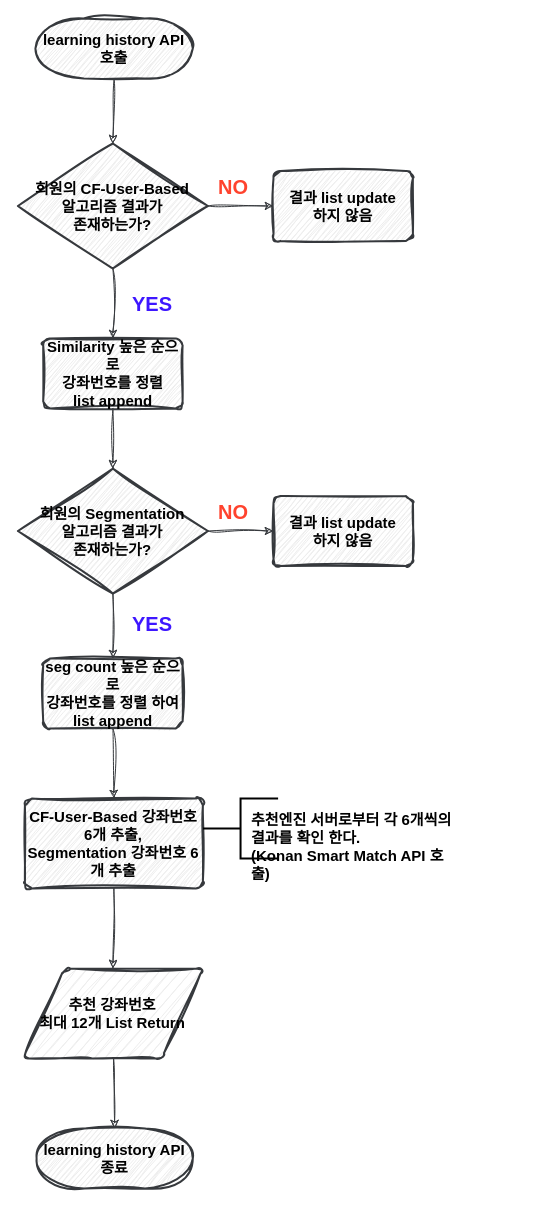
The draw.io diagram learning_history_api.drawio in k1mtaeye07/nile, before the edit. Source tidied: cells renumbered, new cells numbered last; positions are measured from the earlier drawing's top-left corner, leaving out a move shared by most shapes. Both pictures are drawn from the tidied source at 100%, with x=0, y=0 at pixel (17, 18).
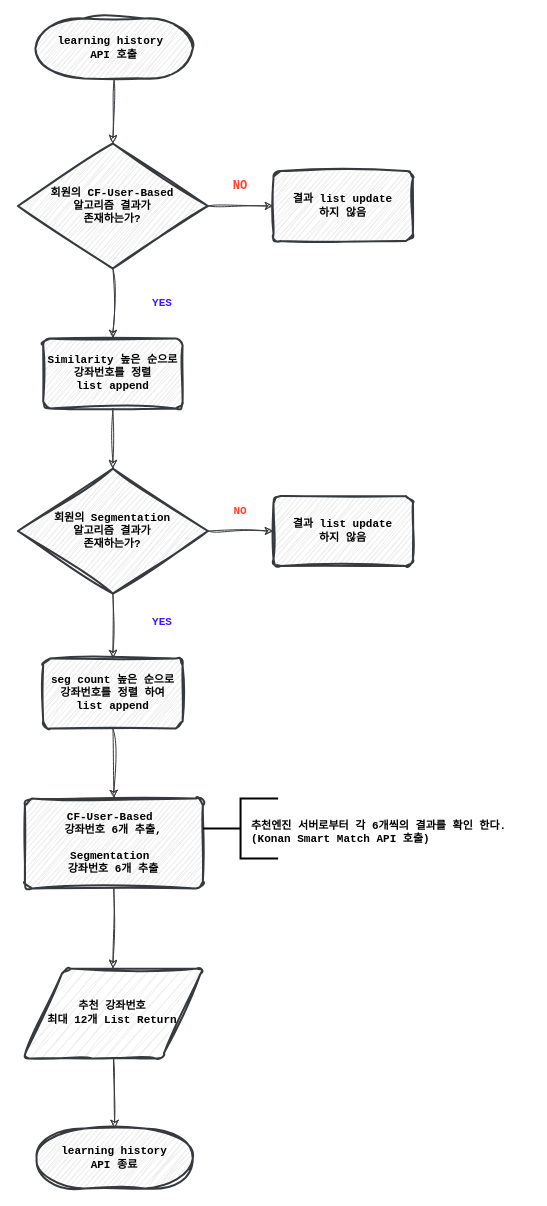
Above is the later version.

What changed in the source:
```diff
@@
-    <mxCell id="2" value="learning history API 호출" style="strokeWidth=2;html=1;shape=mxgraph.flowchart.terminator;whiteSpace=wrap;sketch=1;hachureGap=4;jiggle=2;curveFitting=1;fontFamily=나눔손글씨 부장님 눈치체;labelBackgroundColor=none;fontStyle=1;fillColor=#eeeeee;strokeColor=#36393d;fontSize=15;" parent="1" vertex="1">
+    <mxCell id="2" value="learning history&amp;nbsp;&lt;div&gt;API 호출&lt;/div&gt;" style="strokeWidth=2;html=1;shape=mxgraph.flowchart.terminator;whiteSpace=wrap;sketch=1;hachureGap=4;jiggle=2;curveFitting=1;fontFamily=Courier New;labelBackgroundColor=none;fontStyle=1;fillColor=#eeeeee;strokeColor=#36393d;fontSize=11;" parent="1" vertex="1">
       <mxGeometry x="17.9" width="157.4" height="60" as="geometry" />
     </mxCell>
-    <mxCell id="3" style="endArrow=classic;html=1;rounded=0;sketch=1;hachureGap=4;jiggle=2;curveFitting=1;fontFamily=나눔손글씨 부장님 눈치체;exitX=0.5;exitY=1;exitDx=0;exitDy=0;exitPerimeter=0;entryX=0.5;entryY=0;entryDx=0;entryDy=0;entryPerimeter=0;fillColor=#eeeeee;strokeColor=#36393d;fontSize=15;fontStyle=1;" parent="1" edge="1" source="2" target="4">
+    <mxCell id="3" style="endArrow=classic;html=1;rounded=0;sketch=1;hachureGap=4;jiggle=2;curveFitting=1;fontFamily=Courier New;exitX=0.5;exitY=1;exitDx=0;exitDy=0;exitPerimeter=0;entryX=0.5;entryY=0;entryDx=0;entryDy=0;entryPerimeter=0;fillColor=#eeeeee;strokeColor=#36393d;fontSize=11;fontStyle=1;" parent="1" edge="1" source="2" target="4">
       <mxGeometry relative="1" as="geometry" />
     </mxCell>
-    <mxCell id="4" value="회원의 CF-User-Based&lt;div style=&quot;font-size: 15px;&quot;&gt;알고리즘 결과가&lt;/div&gt;&lt;div style=&quot;font-size: 15px;&quot;&gt;존재하는가?&lt;/div&gt;" style="strokeWidth=2;html=1;shape=mxgraph.flowchart.decision;whiteSpace=wrap;sketch=1;hachureGap=4;jiggle=2;curveFitting=1;fontFamily=나눔손글씨 부장님 눈치체;fillColor=#eeeeee;strokeColor=#36393d;fontSize=15;fontStyle=1;" parent="1" vertex="1">
+    <mxCell id="4" value="회원의 CF-User-Based&lt;div style=&quot;font-size: 11px;&quot;&gt;알고리즘 결과가&lt;/div&gt;&lt;div style=&quot;font-size: 11px;&quot;&gt;존재하는가?&lt;/div&gt;" style="strokeWidth=2;html=1;shape=mxgraph.flowchart.decision;whiteSpace=wrap;sketch=1;hachureGap=4;jiggle=2;curveFitting=1;fontFamily=Courier New;fillColor=#eeeeee;strokeColor=#36393d;fontSize=11;fontStyle=1;" parent="1" vertex="1">
       <mxGeometry x="0.4" y="125" width="190" height="125" as="geometry" />
     </mxCell>
-    <mxCell id="5" style="endArrow=classic;html=1;rounded=0;sketch=1;hachureGap=4;jiggle=2;curveFitting=1;fontFamily=나눔손글씨 부장님 눈치체;exitX=1;exitY=0.5;exitDx=0;exitDy=0;exitPerimeter=0;entryX=0;entryY=0.5;entryDx=0;entryDy=0;fillColor=#eeeeee;strokeColor=#36393d;fontSize=15;fontStyle=1;" parent="1" edge="1" source="4" target="7">
+    <mxCell id="5" style="endArrow=classic;html=1;rounded=0;sketch=1;hachureGap=4;jiggle=2;curveFitting=1;fontFamily=Courier New;exitX=1;exitY=0.5;exitDx=0;exitDy=0;exitPerimeter=0;entryX=0;entryY=0.5;entryDx=0;entryDy=0;fillColor=#eeeeee;strokeColor=#36393d;fontSize=11;fontStyle=1;" parent="1" edge="1" source="4" target="7">
       <mxGeometry relative="1" as="geometry" />
     </mxCell>
-    <mxCell id="6" value="NO" style="text;html=1;align=center;verticalAlign=middle;whiteSpace=wrap;rounded=0;fontFamily=나눔손글씨 부장님 눈치체;fontSize=20;fillColor=none;fontStyle=1;fontColor=#FF432E;" parent="1" vertex="1">
-      <mxGeometry x="185.5" y="152.5" width="60" height="30" as="geometry" />
+    <mxCell id="6" value="NO" style="text;html=1;align=center;verticalAlign=middle;whiteSpace=wrap;rounded=0;fontFamily=Courier New;fontSize=12;fillColor=none;fontStyle=1;fontColor=#FF432E;" parent="1" vertex="1">
+      <mxGeometry x="193.1" y="152.5" width="60" height="30" as="geometry" />
     </mxCell>
-    <mxCell id="7" value="&lt;div style=&quot;font-size: 15px;&quot;&gt;결과 list update&lt;/div&gt;&lt;div style=&quot;font-size: 15px;&quot;&gt;하지 않음&lt;/div&gt;" style="rounded=1;whiteSpace=wrap;html=1;absoluteArcSize=1;arcSize=14;strokeWidth=2;sketch=1;hachureGap=4;jiggle=2;curveFitting=1;fontFamily=나눔손글씨 부장님 눈치체;fillColor=#eeeeee;strokeColor=#36393d;fontSize=15;fontStyle=1;" parent="1" vertex="1">
+    <mxCell id="7" value="&lt;div style=&quot;font-size: 11px;&quot;&gt;결과 list update&lt;/div&gt;&lt;div style=&quot;font-size: 11px;&quot;&gt;하지 않음&lt;/div&gt;" style="rounded=1;whiteSpace=wrap;html=1;absoluteArcSize=1;arcSize=14;strokeWidth=2;sketch=1;hachureGap=4;jiggle=2;curveFitting=1;fontFamily=Courier New;fillColor=#eeeeee;strokeColor=#36393d;fontSize=11;fontStyle=1;" parent="1" vertex="1">
       <mxGeometry x="256" y="152.5" width="139.4" height="70" as="geometry" />
     </mxCell>
-    <mxCell id="8" value="YES" style="text;html=1;align=center;verticalAlign=middle;whiteSpace=wrap;rounded=0;fontFamily=나눔손글씨 부장님 눈치체;fontSize=20;fillColor=none;fontStyle=1;fontColor=#3E17FF;" parent="1" vertex="1">
-      <mxGeometry x="105.1" y="270" width="60" height="30" as="geometry" />
+    <mxCell id="8" value="YES" style="text;html=1;align=center;verticalAlign=middle;whiteSpace=wrap;rounded=0;fontFamily=Courier New;fontSize=11;fillColor=none;fontStyle=1;fontColor=#3E17FF;" parent="1" vertex="1">
+      <mxGeometry x="115.3" y="270" width="60" height="30" as="geometry" />
     </mxCell>
-    <mxCell id="9" style="endArrow=classic;html=1;rounded=0;sketch=1;hachureGap=4;jiggle=2;curveFitting=1;fontFamily=나눔손글씨 부장님 눈치체;exitX=0.5;exitY=1;exitDx=0;exitDy=0;exitPerimeter=0;fillColor=#eeeeee;strokeColor=#36393d;entryX=0.5;entryY=0;entryDx=0;entryDy=0;fontSize=15;fontStyle=1;" parent="1" edge="1" source="4" target="10">
+    <mxCell id="9" style="endArrow=classic;html=1;rounded=0;sketch=1;hachureGap=4;jiggle=2;curveFitting=1;fontFamily=Courier New;exitX=0.5;exitY=1;exitDx=0;exitDy=0;exitPerimeter=0;fillColor=#eeeeee;strokeColor=#36393d;entryX=0.5;entryY=0;entryDx=0;entryDy=0;fontSize=11;fontStyle=1;" parent="1" edge="1" source="4" target="10">
       <mxGeometry relative="1" as="geometry" />
     </mxCell>
-    <mxCell id="10" value="&lt;div style=&quot;font-size: 15px;&quot;&gt;Similarity&amp;nbsp;&lt;span style=&quot;background-color: initial; font-size: 15px;&quot;&gt;높은 순으로&lt;/span&gt;&lt;/div&gt;&lt;div style=&quot;font-size: 15px;&quot;&gt;&lt;span style=&quot;background-color: initial; font-size: 15px;&quot;&gt;강좌번호를&amp;nbsp;&lt;/span&gt;&lt;span style=&quot;background-color: initial; font-size: 15px;&quot;&gt;정렬&lt;/span&gt;&lt;/div&gt;&lt;div style=&quot;font-size: 15px;&quot;&gt;list append&lt;/div&gt;" style="rounded=1;whiteSpace=wrap;html=1;absoluteArcSize=1;arcSize=14;strokeWidth=2;sketch=1;hachureGap=4;jiggle=2;curveFitting=1;fontFamily=나눔손글씨 부장님 눈치체;fillColor=#eeeeee;strokeColor=#36393d;fontSize=15;fontStyle=1;" parent="1" vertex="1">
+    <mxCell id="10" value="&lt;div style=&quot;font-size: 11px;&quot;&gt;Similarity&amp;nbsp;&lt;span style=&quot;background-color: initial; font-size: 11px;&quot;&gt;높은 순으로&lt;/span&gt;&lt;/div&gt;&lt;div style=&quot;font-size: 11px;&quot;&gt;&lt;span style=&quot;background-color: initial; font-size: 11px;&quot;&gt;강좌번호를&amp;nbsp;&lt;/span&gt;&lt;span style=&quot;background-color: initial; font-size: 11px;&quot;&gt;정렬&lt;/span&gt;&lt;/div&gt;&lt;div style=&quot;font-size: 11px;&quot;&gt;list append&lt;/div&gt;" style="rounded=1;whiteSpace=wrap;html=1;absoluteArcSize=1;arcSize=14;strokeWidth=2;sketch=1;hachureGap=4;jiggle=2;curveFitting=1;fontFamily=Courier New;fillColor=#eeeeee;strokeColor=#36393d;fontSize=11;fontStyle=1;" parent="1" vertex="1">
       <mxGeometry x="25.7" y="320" width="139.4" height="70" as="geometry" />
     </mxCell>
-    <mxCell id="11" style="endArrow=classic;html=1;rounded=0;sketch=1;hachureGap=4;jiggle=2;curveFitting=1;fontFamily=나눔손글씨 부장님 눈치체;exitX=0.5;exitY=1;exitDx=0;exitDy=0;fillColor=#eeeeee;strokeColor=#36393d;entryX=0.5;entryY=0;entryDx=0;entryDy=0;entryPerimeter=0;fontSize=15;fontStyle=1;" parent="1" edge="1" source="10" target="12">
+    <mxCell id="11" style="endArrow=classic;html=1;rounded=0;sketch=1;hachureGap=4;jiggle=2;curveFitting=1;fontFamily=Courier New;exitX=0.5;exitY=1;exitDx=0;exitDy=0;fillColor=#eeeeee;strokeColor=#36393d;entryX=0.5;entryY=0;entryDx=0;entryDy=0;entryPerimeter=0;fontSize=11;fontStyle=1;" parent="1" edge="1" source="10" target="12">
       <mxGeometry relative="1" as="geometry" />
     </mxCell>
-    <mxCell id="12" value="회원의 Segmentation&lt;div style=&quot;font-size: 15px;&quot;&gt;알고리즘 결과가&lt;/div&gt;&lt;div style=&quot;font-size: 15px;&quot;&gt;존재하는가?&lt;/div&gt;" style="strokeWidth=2;html=1;shape=mxgraph.flowchart.decision;whiteSpace=wrap;sketch=1;hachureGap=4;jiggle=2;curveFitting=1;fontFamily=나눔손글씨 부장님 눈치체;fillColor=#eeeeee;strokeColor=#36393d;fontSize=15;fontStyle=1;" parent="1" vertex="1">
+    <mxCell id="12" value="회원의 Segmentation&lt;div style=&quot;font-size: 11px;&quot;&gt;알고리즘 결과가&lt;/div&gt;&lt;div style=&quot;font-size: 11px;&quot;&gt;존재하는가?&lt;/div&gt;" style="strokeWidth=2;html=1;shape=mxgraph.flowchart.decision;whiteSpace=wrap;sketch=1;hachureGap=4;jiggle=2;curveFitting=1;fontFamily=Courier New;fillColor=#eeeeee;strokeColor=#36393d;fontSize=11;fontStyle=1;" parent="1" vertex="1">
       <mxGeometry x="0.4" y="450" width="190" height="125" as="geometry" />
     </mxCell>
-    <mxCell id="13" value="&lt;div style=&quot;font-size: 15px;&quot;&gt;seg count&amp;nbsp;&lt;span style=&quot;background-color: initial; font-size: 15px;&quot;&gt;높은 순으로&lt;/span&gt;&lt;/div&gt;&lt;div style=&quot;font-size: 15px;&quot;&gt;&lt;span style=&quot;background-color: initial; font-size: 15px;&quot;&gt;강좌번호를&amp;nbsp;&lt;/span&gt;&lt;span style=&quot;background-color: initial; font-size: 15px;&quot;&gt;정렬 하여&lt;/span&gt;&lt;/div&gt;&lt;div style=&quot;font-size: 15px;&quot;&gt;list append&lt;/div&gt;" style="rounded=1;whiteSpace=wrap;html=1;absoluteArcSize=1;arcSize=14;strokeWidth=2;sketch=1;hachureGap=4;jiggle=2;curveFitting=1;fontFamily=나눔손글씨 부장님 눈치체;fillColor=#eeeeee;strokeColor=#36393d;fontSize=15;fontStyle=1;" parent="1" vertex="1">
+    <mxCell id="13" value="&lt;div style=&quot;font-size: 11px;&quot;&gt;seg count&amp;nbsp;&lt;span style=&quot;background-color: initial; font-size: 11px;&quot;&gt;높은 순으로&lt;/span&gt;&lt;/div&gt;&lt;div style=&quot;font-size: 11px;&quot;&gt;&lt;span style=&quot;background-color: initial; font-size: 11px;&quot;&gt;강좌번호를&amp;nbsp;&lt;/span&gt;&lt;span style=&quot;background-color: initial; font-size: 11px;&quot;&gt;정렬 하여&lt;/span&gt;&lt;/div&gt;&lt;div style=&quot;font-size: 11px;&quot;&gt;list append&lt;/div&gt;" style="rounded=1;whiteSpace=wrap;html=1;absoluteArcSize=1;arcSize=14;strokeWidth=2;sketch=1;hachureGap=4;jiggle=2;curveFitting=1;fontFamily=Courier New;fillColor=#eeeeee;strokeColor=#36393d;fontSize=11;fontStyle=1;" parent="1" vertex="1">
       <mxGeometry x="25.7" y="640" width="139.4" height="70" as="geometry" />
     </mxCell>
-    <mxCell id="14" style="endArrow=classic;html=1;rounded=0;sketch=1;hachureGap=4;jiggle=2;curveFitting=1;fontFamily=나눔손글씨 부장님 눈치체;exitX=0.5;exitY=1;exitDx=0;exitDy=0;fillColor=#eeeeee;strokeColor=#36393d;exitPerimeter=0;fontSize=15;fontStyle=1;" parent="1" edge="1" source="12" target="13">
+    <mxCell id="14" style="endArrow=classic;html=1;rounded=0;sketch=1;hachureGap=4;jiggle=2;curveFitting=1;fontFamily=Courier New;exitX=0.5;exitY=1;exitDx=0;exitDy=0;fillColor=#eeeeee;strokeColor=#36393d;exitPerimeter=0;fontSize=11;fontStyle=1;" parent="1" edge="1" source="12" target="13">
       <mxGeometry relative="1" as="geometry" />
     </mxCell>
-    <mxCell id="15" style="endArrow=classic;html=1;rounded=0;sketch=1;hachureGap=4;jiggle=2;curveFitting=1;fontFamily=나눔손글씨 부장님 눈치체;exitX=1;exitY=0.5;exitDx=0;exitDy=0;exitPerimeter=0;entryX=0;entryY=0.5;entryDx=0;entryDy=0;fillColor=#eeeeee;strokeColor=#36393d;fontSize=15;fontStyle=1;" parent="1" edge="1" source="12" target="17">
+    <mxCell id="15" style="endArrow=classic;html=1;rounded=0;sketch=1;hachureGap=4;jiggle=2;curveFitting=1;fontFamily=Courier New;exitX=1;exitY=0.5;exitDx=0;exitDy=0;exitPerimeter=0;entryX=0;entryY=0.5;entryDx=0;entryDy=0;fillColor=#eeeeee;strokeColor=#36393d;fontSize=11;fontStyle=1;" parent="1" edge="1" source="12" target="17">
       <mxGeometry relative="1" as="geometry" />
     </mxCell>
-    <mxCell id="16" value="NO" style="text;html=1;align=center;verticalAlign=middle;whiteSpace=wrap;rounded=0;fontFamily=나눔손글씨 부장님 눈치체;fontSize=20;fillColor=none;fontStyle=1;fontColor=#FF432E;" parent="1" vertex="1">
-      <mxGeometry x="185.5" y="477.5" width="60" height="30" as="geometry" />
+    <mxCell id="16" value="NO" style="text;html=1;align=center;verticalAlign=middle;whiteSpace=wrap;rounded=0;fontFamily=Courier New;fontSize=11;fillColor=none;fontStyle=1;fontColor=#FF432E;" parent="1" vertex="1">
+      <mxGeometry x="193.1" y="477.5" width="60" height="30" as="geometry" />
     </mxCell>
-    <mxCell id="17" value="&lt;div style=&quot;font-size: 15px;&quot;&gt;결과 list update&lt;/div&gt;&lt;div style=&quot;font-size: 15px;&quot;&gt;하지 않음&lt;/div&gt;" style="rounded=1;whiteSpace=wrap;html=1;absoluteArcSize=1;arcSize=14;strokeWidth=2;sketch=1;hachureGap=4;jiggle=2;curveFitting=1;fontFamily=나눔손글씨 부장님 눈치체;fillColor=#eeeeee;strokeColor=#36393d;fontSize=15;fontStyle=1;" parent="1" vertex="1">
+    <mxCell id="17" value="&lt;div style=&quot;font-size: 11px;&quot;&gt;결과 list update&lt;/div&gt;&lt;div style=&quot;font-size: 11px;&quot;&gt;하지 않음&lt;/div&gt;" style="rounded=1;whiteSpace=wrap;html=1;absoluteArcSize=1;arcSize=14;strokeWidth=2;sketch=1;hachureGap=4;jiggle=2;curveFitting=1;fontFamily=Courier New;fillColor=#eeeeee;strokeColor=#36393d;fontSize=11;fontStyle=1;" parent="1" vertex="1">
       <mxGeometry x="256" y="477.5" width="139.4" height="70" as="geometry" />
     </mxCell>
-    <mxCell id="18" value="YES" style="text;html=1;align=center;verticalAlign=middle;whiteSpace=wrap;rounded=0;fontFamily=나눔손글씨 부장님 눈치체;fontSize=20;fillColor=none;fontStyle=1;fontColor=#3E17FF;" parent="1" vertex="1">
-      <mxGeometry x="105.1" y="590" width="60" height="30" as="geometry" />
+    <mxCell id="18" value="YES" style="text;html=1;align=center;verticalAlign=middle;whiteSpace=wrap;rounded=0;fontFamily=Courier New;fontSize=11;fillColor=none;fontStyle=1;fontColor=#3E17FF;" parent="1" vertex="1">
+      <mxGeometry x="115.3" y="589" width="60" height="30" as="geometry" />
     </mxCell>
-    <mxCell id="19" value="CF-User-Based 강좌번호 6개 추출,&lt;div style=&quot;font-size: 15px;&quot;&gt;Segmentation 강좌번호 6개 추출&lt;br style=&quot;font-size: 15px;&quot;&gt;&lt;/div&gt;" style="rounded=1;whiteSpace=wrap;html=1;absoluteArcSize=1;arcSize=14;strokeWidth=2;sketch=1;hachureGap=4;jiggle=2;curveFitting=1;fontFamily=나눔손글씨 부장님 눈치체;fillColor=#eeeeee;strokeColor=#36393d;fontSize=15;fontStyle=1;" parent="1" vertex="1">
+    <mxCell id="19" value="CF-User-Based&amp;nbsp;&lt;div&gt;강좌번호 6개 추출,&lt;/div&gt;&lt;div&gt;&lt;br&gt;&lt;div style=&quot;font-size: 11px;&quot;&gt;Segmentation&amp;nbsp;&lt;/div&gt;&lt;div style=&quot;font-size: 11px;&quot;&gt;강좌번호 6개 추출&lt;br style=&quot;font-size: 11px;&quot;&gt;&lt;/div&gt;&lt;/div&gt;" style="rounded=1;whiteSpace=wrap;html=1;absoluteArcSize=1;arcSize=14;strokeWidth=2;sketch=1;hachureGap=4;jiggle=2;curveFitting=1;fontFamily=Courier New;fillColor=#eeeeee;strokeColor=#36393d;fontSize=11;fontStyle=1;" parent="1" vertex="1">
       <mxGeometry x="7.4" y="780" width="178" height="90" as="geometry" />
     </mxCell>
-    <mxCell id="20" style="endArrow=classic;html=1;rounded=0;sketch=1;hachureGap=4;jiggle=2;curveFitting=1;fontFamily=나눔손글씨 부장님 눈치체;exitX=0.5;exitY=1;exitDx=0;exitDy=0;fillColor=#eeeeee;strokeColor=#36393d;entryX=0.5;entryY=0;entryDx=0;entryDy=0;fontSize=15;fontStyle=1;" parent="1" edge="1" source="13" target="19">
+    <mxCell id="20" style="endArrow=classic;html=1;rounded=0;sketch=1;hachureGap=4;jiggle=2;curveFitting=1;fontFamily=Courier New;exitX=0.5;exitY=1;exitDx=0;exitDy=0;fillColor=#eeeeee;strokeColor=#36393d;entryX=0.5;entryY=0;entryDx=0;entryDy=0;fontSize=11;fontStyle=1;" parent="1" edge="1" source="13" target="19">
       <mxGeometry relative="1" as="geometry" />
     </mxCell>
-    <mxCell id="21" style="endArrow=classic;html=1;rounded=0;sketch=1;hachureGap=4;jiggle=2;curveFitting=1;fontFamily=나눔손글씨 부장님 눈치체;entryX=0.5;entryY=0;entryDx=0;entryDy=0;fillColor=#eeeeee;strokeColor=#36393d;entryPerimeter=0;fontSize=15;fontStyle=1;" parent="1" edge="1" source="24" target="23">
+    <mxCell id="21" style="endArrow=classic;html=1;rounded=0;sketch=1;hachureGap=4;jiggle=2;curveFitting=1;fontFamily=Courier New;entryX=0.5;entryY=0;entryDx=0;entryDy=0;fillColor=#eeeeee;strokeColor=#36393d;entryPerimeter=0;fontSize=11;fontStyle=1;" parent="1" edge="1" source="24" target="23">
       <mxGeometry relative="1" as="geometry" />
     </mxCell>
-    <mxCell id="22" style="endArrow=classic;html=1;rounded=0;sketch=1;hachureGap=4;jiggle=2;curveFitting=1;fontFamily=나눔손글씨 부장님 눈치체;exitX=0.5;exitY=1;exitDx=0;exitDy=0;fillColor=#eeeeee;strokeColor=#36393d;entryX=0.5;entryY=0;entryDx=0;entryDy=0;fontSize=15;fontStyle=1;" parent="1" edge="1" source="19" target="24">
+    <mxCell id="22" style="endArrow=classic;html=1;rounded=0;sketch=1;hachureGap=4;jiggle=2;curveFitting=1;fontFamily=Courier New;exitX=0.5;exitY=1;exitDx=0;exitDy=0;fillColor=#eeeeee;strokeColor=#36393d;entryX=0.5;entryY=0;entryDx=0;entryDy=0;fontSize=11;fontStyle=1;" parent="1" edge="1" source="19" target="24">
       <mxGeometry relative="1" as="geometry" />
     </mxCell>
-    <mxCell id="23" value="learning history API 종료" style="strokeWidth=2;html=1;shape=mxgraph.flowchart.terminator;whiteSpace=wrap;sketch=1;hachureGap=4;jiggle=2;curveFitting=1;fontFamily=나눔손글씨 부장님 눈치체;labelBackgroundColor=none;fontStyle=1;fillColor=#eeeeee;strokeColor=#36393d;fontSize=15;" parent="1" vertex="1">
+    <mxCell id="23" value="learning history&lt;div&gt;API 종료&lt;/div&gt;" style="strokeWidth=2;html=1;shape=mxgraph.flowchart.terminator;whiteSpace=wrap;sketch=1;hachureGap=4;jiggle=2;curveFitting=1;fontFamily=Courier New;labelBackgroundColor=none;fontStyle=1;fillColor=#eeeeee;strokeColor=#36393d;fontSize=11;" parent="1" vertex="1">
       <mxGeometry x="19.1" y="1110" width="156.2" height="60" as="geometry" />
     </mxCell>
-    <mxCell id="24" value="&lt;span style=&quot;font-size: 15px;&quot;&gt;추천 강좌번호&lt;/span&gt;&lt;div style=&quot;font-size: 15px;&quot;&gt;최대 12개&amp;nbsp;&lt;span style=&quot;background-color: initial; font-size: 15px;&quot;&gt;List Return&lt;/span&gt;&lt;/div&gt;" style="shape=parallelogram;html=1;strokeWidth=2;perimeter=parallelogramPerimeter;whiteSpace=wrap;rounded=1;arcSize=12;size=0.23;fillColor=#eeeeee;strokeColor=#36393d;sketch=1;curveFitting=1;jiggle=2;fontFamily=나눔손글씨 부장님 눈치체;fontSize=15;fontStyle=1;" parent="1" vertex="1">
+    <mxCell id="24" value="&lt;span style=&quot;font-size: 11px;&quot;&gt;추천 강좌번호&lt;/span&gt;&lt;div style=&quot;font-size: 11px;&quot;&gt;최대 12개&amp;nbsp;&lt;span style=&quot;background-color: initial; font-size: 11px;&quot;&gt;List Return&lt;/span&gt;&lt;/div&gt;" style="shape=parallelogram;html=1;strokeWidth=2;perimeter=parallelogramPerimeter;whiteSpace=wrap;rounded=1;arcSize=12;size=0.23;fillColor=#eeeeee;strokeColor=#36393d;sketch=1;curveFitting=1;jiggle=2;fontFamily=Courier New;fontSize=11;fontStyle=1;" parent="1" vertex="1">
       <mxGeometry x="5.4" y="950" width="180" height="90" as="geometry" />
     </mxCell>
-    <mxCell id="25" style="strokeWidth=2;html=1;shape=mxgraph.flowchart.annotation_2;align=left;labelPosition=right;fontFamily=나눔손글씨 부장님 눈치체;fontSize=15;fontStyle=1;" parent="1" vertex="1">
+    <mxCell id="25" style="strokeWidth=2;html=1;shape=mxgraph.flowchart.annotation_2;align=left;labelPosition=right;fontFamily=Courier New;fontSize=11;fontStyle=1;" parent="1" vertex="1">
       <mxGeometry x="185.5" y="780" width="75.1" height="60" as="geometry" />
     </mxCell>
-    <mxCell id="26" value="&lt;div style=&quot;font-size: 15px;&quot;&gt;&lt;span style=&quot;background-color: initial; font-size: 15px;&quot;&gt;추천엔진 서버로부터 각 6개씩의 결과를 확인 한다.&lt;/span&gt;&lt;/div&gt;&lt;div style=&quot;font-size: 15px;&quot;&gt;&lt;span&gt;&lt;span style=&quot;background-color: initial; font-size: 15px;&quot;&gt;(&lt;/span&gt;&lt;span style=&quot;background-color: initial; font-size: 15px;&quot;&gt;Konan Smart Match API 호출&lt;/span&gt;&lt;span style=&quot;background-color: initial; font-size: 15px;&quot;&gt;)&lt;/span&gt;&lt;/span&gt;&lt;/div&gt;" style="text;whiteSpace=wrap;html=1;align=left;fontFamily=나눔손글씨 부장님 눈치체;fontSize=15;fontStyle=1;" parent="1" vertex="1">
-      <mxGeometry x="232" y="786" width="206.5" height="60" as="geometry" />
+    <mxCell id="26" value="&lt;div style=&quot;font-size: 11px;&quot;&gt;&lt;span style=&quot;background-color: initial; font-size: 11px;&quot;&gt;추천엔진 서버로부터 각 6개씩의 결과를 확인 한다.&lt;/span&gt;&lt;/div&gt;&lt;div style=&quot;font-size: 11px;&quot;&gt;&lt;span style=&quot;font-size: 11px;&quot;&gt;&lt;span style=&quot;background-color: initial; font-size: 11px;&quot;&gt;(&lt;/span&gt;&lt;span style=&quot;background-color: initial; font-size: 11px;&quot;&gt;Konan Smart Match API 호출&lt;/span&gt;&lt;span style=&quot;background-color: initial; font-size: 11px;&quot;&gt;)&lt;/span&gt;&lt;/span&gt;&lt;/div&gt;" style="text;whiteSpace=wrap;html=1;align=left;fontFamily=Courier New;fontSize=11;fontStyle=1;" parent="1" vertex="1">
+      <mxGeometry x="232" y="795" width="280" height="60" as="geometry" />
     </mxCell>
```
